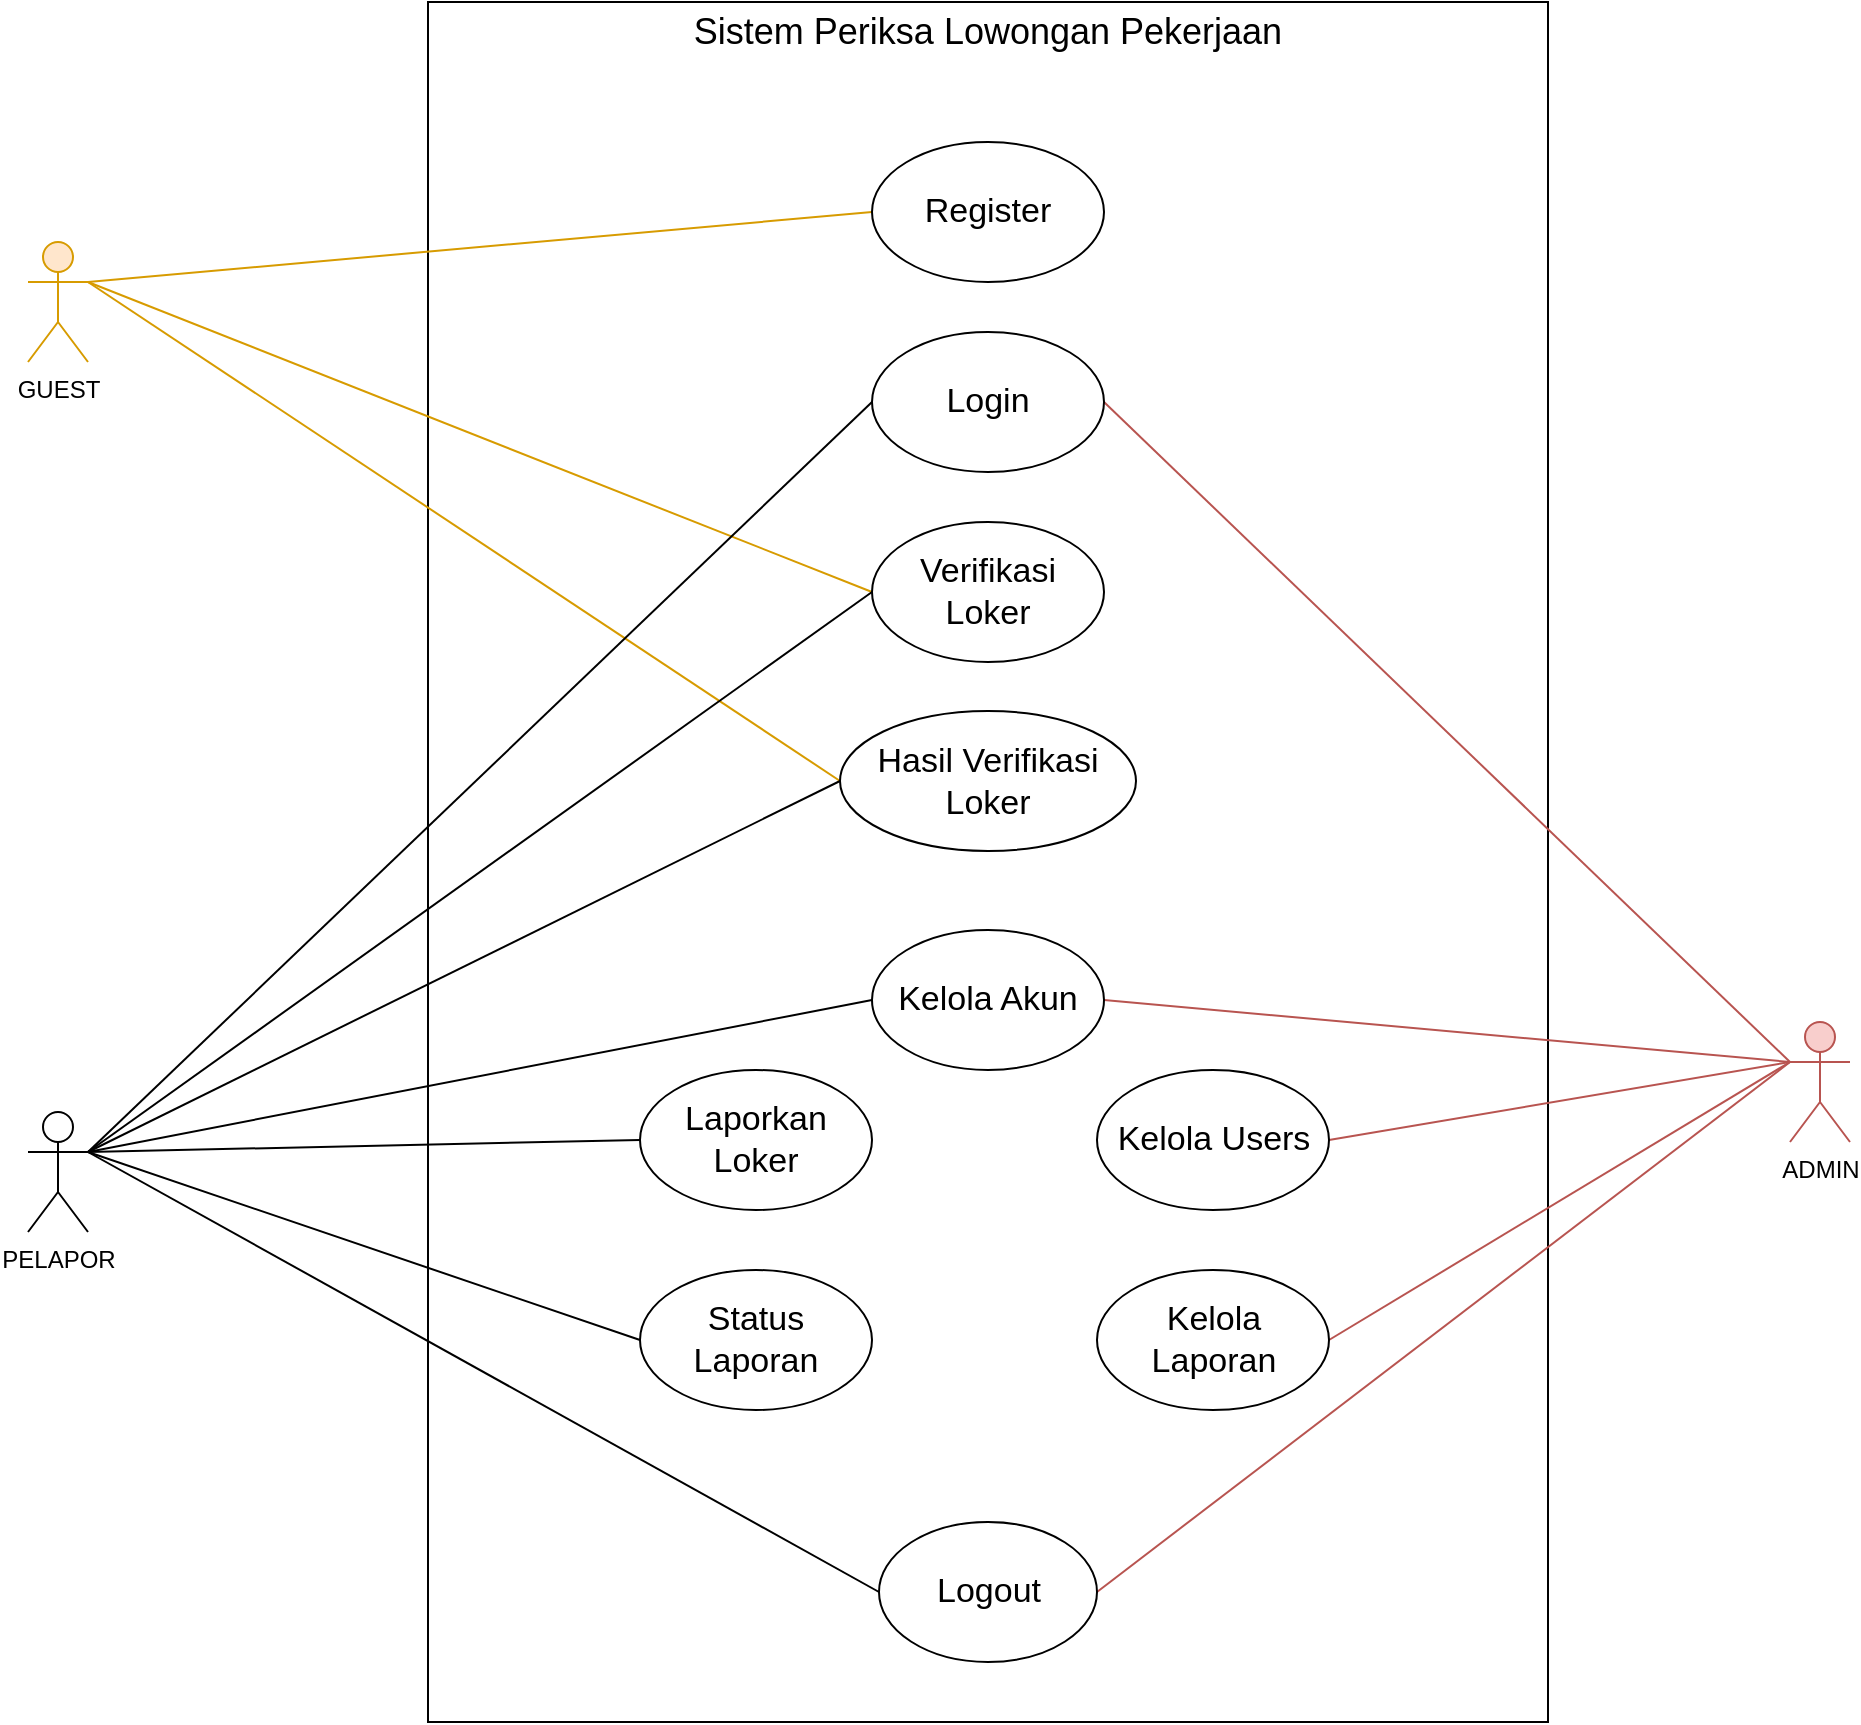
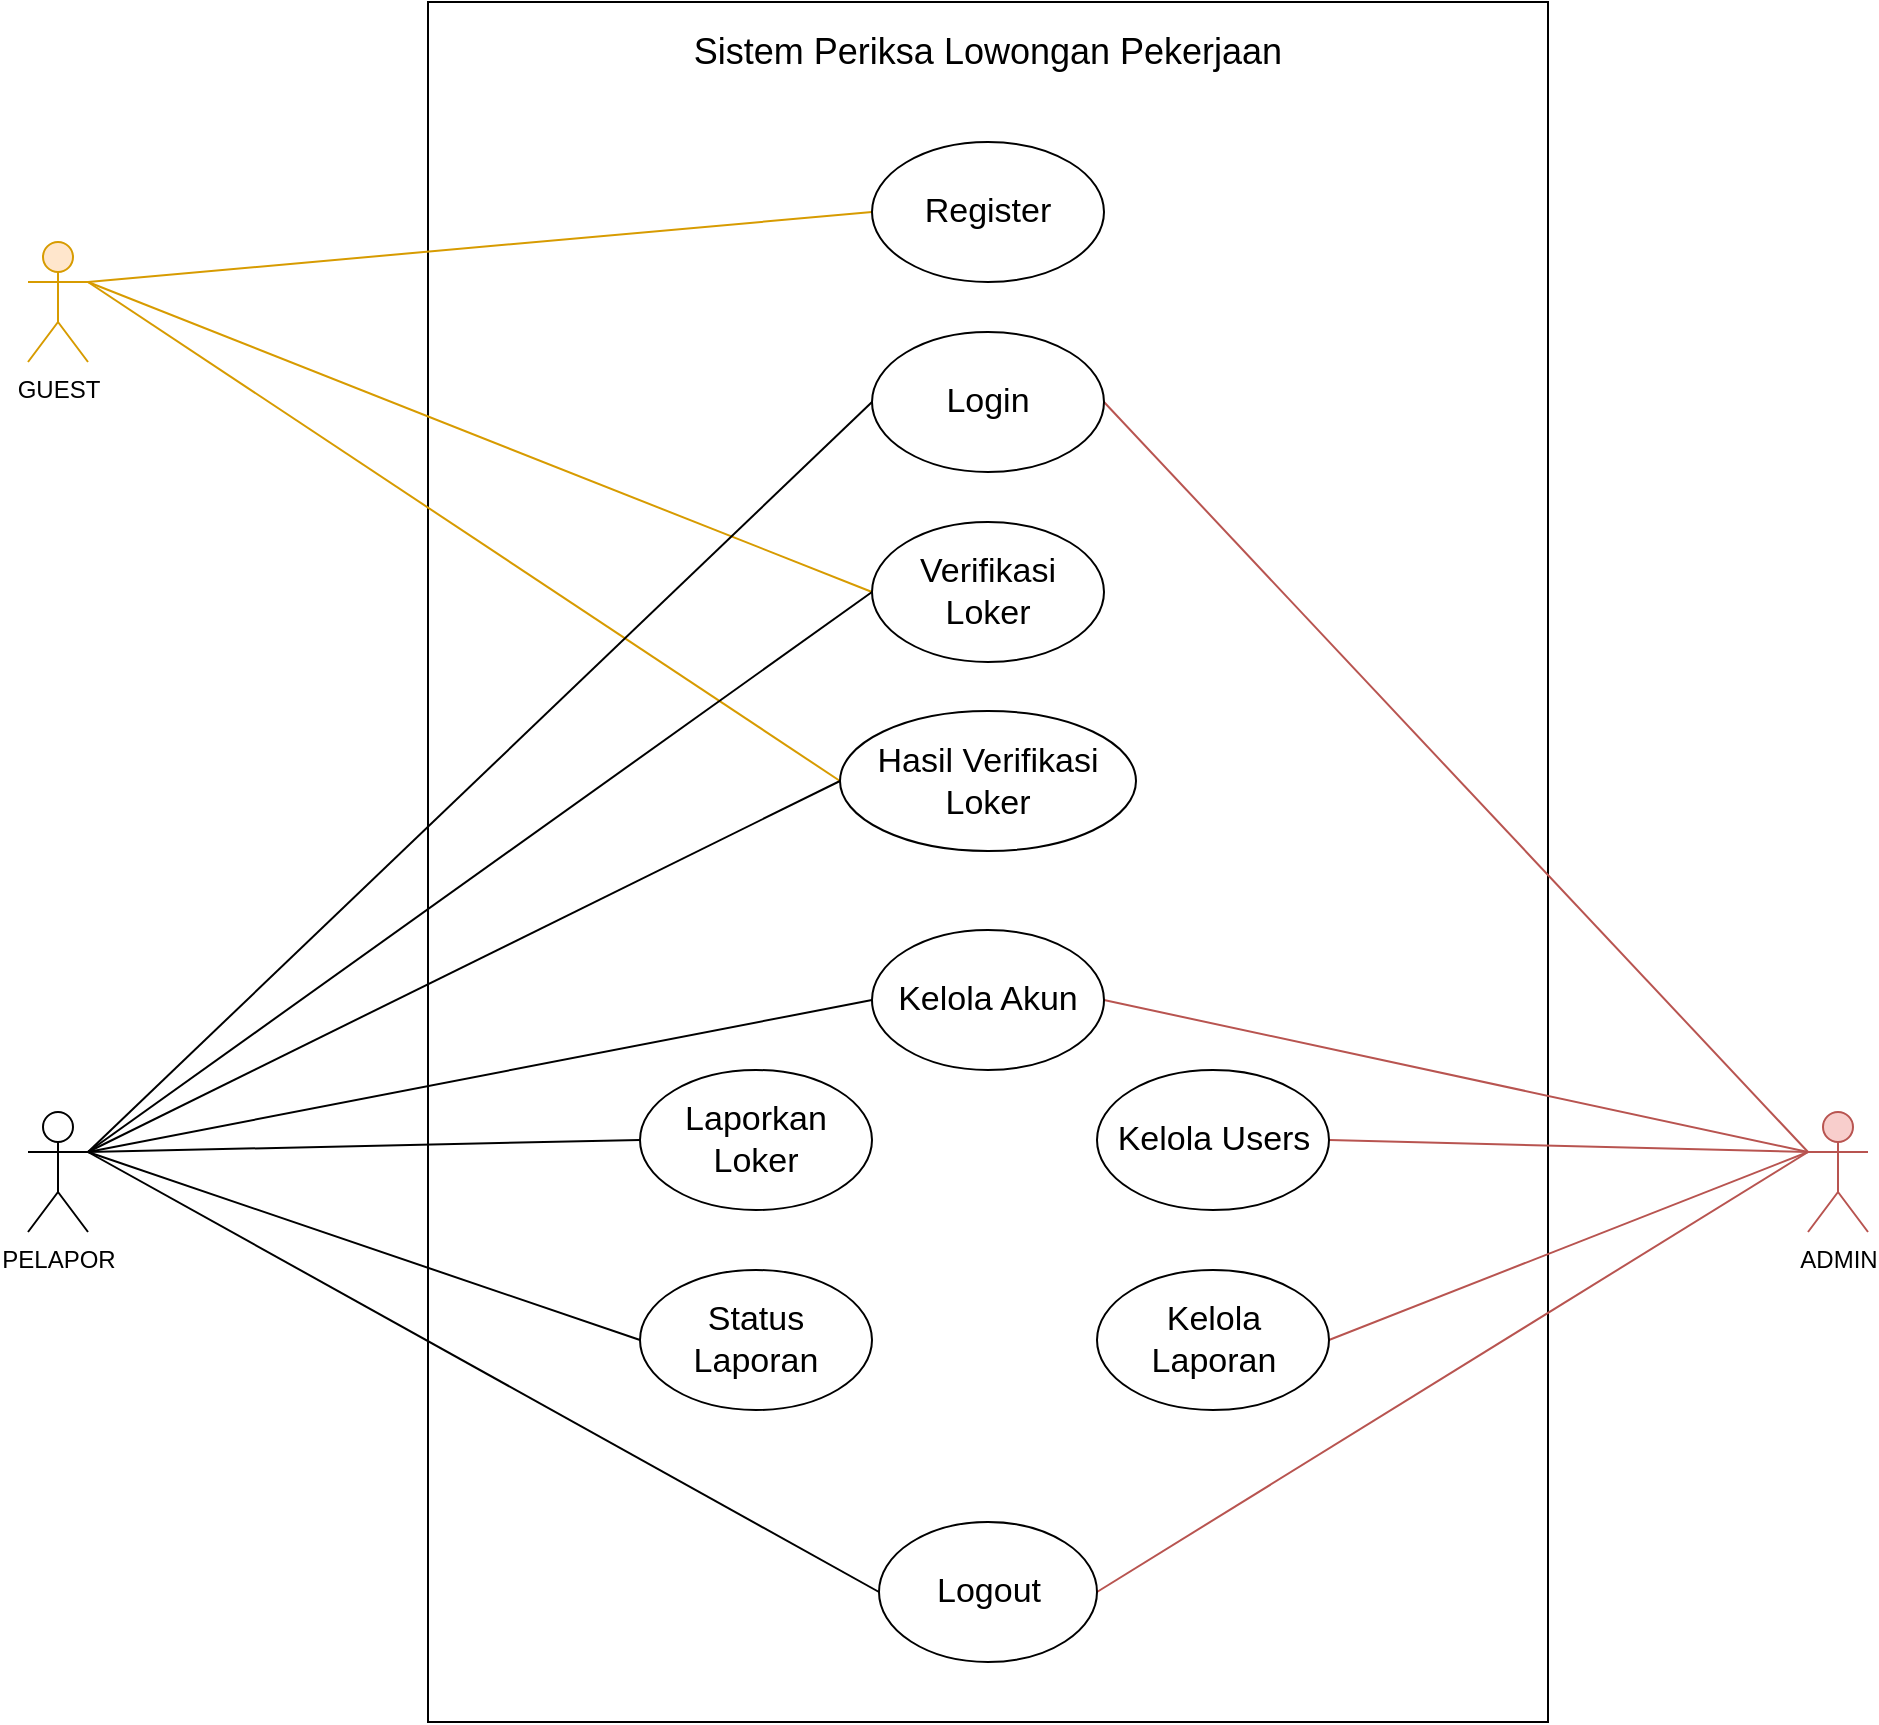
<mxfile host="app.diagrams.net">
  <diagram name="Page-1" id="ffiCpCXoxd-8fk6BLKT6">
-     <mxGraphModel dx="3243" dy="874" grid="1" gridSize="10" guides="1" tooltips="1" connect="1" arrows="1" fold="1" page="1" pageScale="1" pageWidth="827" pageHeight="1169" math="0" shadow="0">
+     <mxGraphModel dx="3761" dy="1061" grid="1" gridSize="10" guides="1" tooltips="1" connect="1" arrows="1" fold="1" page="1" pageScale="1" pageWidth="827" pageHeight="1169" math="0" shadow="0">
      <root>
        <mxCell id="0" />
        <mxCell id="1" parent="0" />
        <mxCell id="hAiGVOQPmPoLGkg3YBtA-2" parent="1" style="rounded=0;whiteSpace=wrap;html=1;direction=south;" value="" vertex="1">
          <mxGeometry height="860" width="560" x="160" y="160" as="geometry" />
        </mxCell>
        <mxCell id="hAiGVOQPmPoLGkg3YBtA-3" parent="1" style="text;html=1;whiteSpace=wrap;strokeColor=none;fillColor=none;align=center;verticalAlign=middle;rounded=0;" value="&lt;font style=&quot;font-size: 18px;&quot;&gt;Sistem Periksa Lowongan Pekerjaan&lt;/font&gt;" vertex="1">
-           <mxGeometry height="30" width="560" x="160" y="160" as="geometry" />
+           <mxGeometry height="30" width="560" x="160" y="170" as="geometry" />
        </mxCell>
        <mxCell id="hAiGVOQPmPoLGkg3YBtA-30" edge="1" parent="1" source="hAiGVOQPmPoLGkg3YBtA-4" style="edgeStyle=none;shape=connector;rounded=0;orthogonalLoop=1;jettySize=auto;html=1;exitX=1;exitY=0.3333333333333333;exitDx=0;exitDy=0;exitPerimeter=0;entryX=0;entryY=0.5;entryDx=0;entryDy=0;strokeColor=#d79b00;align=center;verticalAlign=middle;fontFamily=Helvetica;fontSize=11;fontColor=default;fontStyle=0;labelBackgroundColor=default;endArrow=none;endFill=0;fillColor=#ffe6cc;" target="hAiGVOQPmPoLGkg3YBtA-9">
          <mxGeometry relative="1" as="geometry" />
        </mxCell>
        <mxCell id="hAiGVOQPmPoLGkg3YBtA-31" edge="1" parent="1" source="hAiGVOQPmPoLGkg3YBtA-4" style="edgeStyle=none;shape=connector;rounded=0;orthogonalLoop=1;jettySize=auto;html=1;exitX=1;exitY=0.3333333333333333;exitDx=0;exitDy=0;exitPerimeter=0;entryX=0;entryY=0.5;entryDx=0;entryDy=0;strokeColor=#d79b00;align=center;verticalAlign=middle;fontFamily=Helvetica;fontSize=11;fontColor=default;fontStyle=0;labelBackgroundColor=default;endArrow=none;endFill=0;fillColor=#ffe6cc;" target="hAiGVOQPmPoLGkg3YBtA-12">
          <mxGeometry relative="1" as="geometry" />
        </mxCell>
        <mxCell id="hAiGVOQPmPoLGkg3YBtA-32" edge="1" parent="1" source="hAiGVOQPmPoLGkg3YBtA-4" style="edgeStyle=none;shape=connector;rounded=0;orthogonalLoop=1;jettySize=auto;html=1;exitX=1;exitY=0.3333333333333333;exitDx=0;exitDy=0;exitPerimeter=0;entryX=0;entryY=0.5;entryDx=0;entryDy=0;strokeColor=#d79b00;align=center;verticalAlign=middle;fontFamily=Helvetica;fontSize=11;fontColor=default;fontStyle=0;labelBackgroundColor=default;endArrow=none;endFill=0;fillColor=#ffe6cc;" target="hAiGVOQPmPoLGkg3YBtA-13">
          <mxGeometry relative="1" as="geometry" />
        </mxCell>
        <mxCell id="hAiGVOQPmPoLGkg3YBtA-4" parent="1" style="shape=umlActor;verticalLabelPosition=bottom;verticalAlign=top;html=1;outlineConnect=0;fillColor=#ffe6cc;strokeColor=#d79b00;" value="GUEST" vertex="1">
          <mxGeometry height="60" width="30" x="-40" y="280" as="geometry" />
        </mxCell>
        <mxCell id="hAiGVOQPmPoLGkg3YBtA-35" edge="1" parent="1" source="hAiGVOQPmPoLGkg3YBtA-5" style="edgeStyle=none;shape=connector;rounded=0;orthogonalLoop=1;jettySize=auto;html=1;exitX=1;exitY=0.3333333333333333;exitDx=0;exitDy=0;exitPerimeter=0;entryX=0;entryY=0.5;entryDx=0;entryDy=0;strokeColor=default;align=center;verticalAlign=middle;fontFamily=Helvetica;fontSize=11;fontColor=default;fontStyle=0;labelBackgroundColor=default;endArrow=none;endFill=0;" target="hAiGVOQPmPoLGkg3YBtA-11">
          <mxGeometry relative="1" as="geometry" />
        </mxCell>
        <mxCell id="hAiGVOQPmPoLGkg3YBtA-36" edge="1" parent="1" source="hAiGVOQPmPoLGkg3YBtA-5" style="edgeStyle=none;shape=connector;rounded=0;orthogonalLoop=1;jettySize=auto;html=1;exitX=1;exitY=0.3333333333333333;exitDx=0;exitDy=0;exitPerimeter=0;entryX=0;entryY=0.5;entryDx=0;entryDy=0;strokeColor=default;align=center;verticalAlign=middle;fontFamily=Helvetica;fontSize=11;fontColor=default;fontStyle=0;labelBackgroundColor=default;endArrow=none;endFill=0;" target="hAiGVOQPmPoLGkg3YBtA-12">
          <mxGeometry relative="1" as="geometry" />
        </mxCell>
        <mxCell id="hAiGVOQPmPoLGkg3YBtA-37" edge="1" parent="1" source="hAiGVOQPmPoLGkg3YBtA-5" style="edgeStyle=none;shape=connector;rounded=0;orthogonalLoop=1;jettySize=auto;html=1;exitX=1;exitY=0.3333333333333333;exitDx=0;exitDy=0;exitPerimeter=0;entryX=0;entryY=0.5;entryDx=0;entryDy=0;strokeColor=default;align=center;verticalAlign=middle;fontFamily=Helvetica;fontSize=11;fontColor=default;fontStyle=0;labelBackgroundColor=default;endArrow=none;endFill=0;" target="hAiGVOQPmPoLGkg3YBtA-13">
          <mxGeometry relative="1" as="geometry" />
        </mxCell>
        <mxCell id="hAiGVOQPmPoLGkg3YBtA-40" edge="1" parent="1" source="hAiGVOQPmPoLGkg3YBtA-5" style="edgeStyle=none;shape=connector;rounded=0;orthogonalLoop=1;jettySize=auto;html=1;exitX=1;exitY=0.3333333333333333;exitDx=0;exitDy=0;exitPerimeter=0;entryX=0;entryY=0.5;entryDx=0;entryDy=0;strokeColor=default;align=center;verticalAlign=middle;fontFamily=Helvetica;fontSize=11;fontColor=default;fontStyle=0;labelBackgroundColor=default;endArrow=none;endFill=0;" target="hAiGVOQPmPoLGkg3YBtA-16">
          <mxGeometry relative="1" as="geometry" />
        </mxCell>
        <mxCell id="hAiGVOQPmPoLGkg3YBtA-41" edge="1" parent="1" source="hAiGVOQPmPoLGkg3YBtA-5" style="edgeStyle=none;shape=connector;rounded=0;orthogonalLoop=1;jettySize=auto;html=1;exitX=1;exitY=0.3333333333333333;exitDx=0;exitDy=0;exitPerimeter=0;entryX=0;entryY=0.5;entryDx=0;entryDy=0;strokeColor=default;align=center;verticalAlign=middle;fontFamily=Helvetica;fontSize=11;fontColor=default;fontStyle=0;labelBackgroundColor=default;endArrow=none;endFill=0;" target="hAiGVOQPmPoLGkg3YBtA-17">
          <mxGeometry relative="1" as="geometry" />
        </mxCell>
        <mxCell id="hAiGVOQPmPoLGkg3YBtA-42" edge="1" parent="1" source="hAiGVOQPmPoLGkg3YBtA-5" style="edgeStyle=none;shape=connector;rounded=0;orthogonalLoop=1;jettySize=auto;html=1;exitX=1;exitY=0.3333333333333333;exitDx=0;exitDy=0;exitPerimeter=0;entryX=0;entryY=0.5;entryDx=0;entryDy=0;strokeColor=default;align=center;verticalAlign=middle;fontFamily=Helvetica;fontSize=11;fontColor=default;fontStyle=0;labelBackgroundColor=default;endArrow=none;endFill=0;" target="hAiGVOQPmPoLGkg3YBtA-18">
          <mxGeometry relative="1" as="geometry" />
        </mxCell>
        <mxCell id="hAiGVOQPmPoLGkg3YBtA-43" edge="1" parent="1" source="hAiGVOQPmPoLGkg3YBtA-5" style="edgeStyle=none;shape=connector;rounded=0;orthogonalLoop=1;jettySize=auto;html=1;exitX=1;exitY=0.3333333333333333;exitDx=0;exitDy=0;exitPerimeter=0;entryX=0;entryY=0.5;entryDx=0;entryDy=0;strokeColor=default;align=center;verticalAlign=middle;fontFamily=Helvetica;fontSize=11;fontColor=default;fontStyle=0;labelBackgroundColor=default;endArrow=none;endFill=0;" target="hAiGVOQPmPoLGkg3YBtA-14">
          <mxGeometry relative="1" as="geometry" />
        </mxCell>
        <mxCell id="hAiGVOQPmPoLGkg3YBtA-5" parent="1" style="shape=umlActor;verticalLabelPosition=bottom;verticalAlign=top;html=1;outlineConnect=0;" value="PELAPOR" vertex="1">
          <mxGeometry height="60" width="30" x="-40" y="715" as="geometry" />
        </mxCell>
        <mxCell id="hAiGVOQPmPoLGkg3YBtA-44" edge="1" parent="1" source="hAiGVOQPmPoLGkg3YBtA-6" style="edgeStyle=none;shape=connector;rounded=0;orthogonalLoop=1;jettySize=auto;html=1;exitX=0;exitY=0.3333333333333333;exitDx=0;exitDy=0;exitPerimeter=0;entryX=1;entryY=0.5;entryDx=0;entryDy=0;strokeColor=#b85450;align=center;verticalAlign=middle;fontFamily=Helvetica;fontSize=11;fontColor=default;fontStyle=0;labelBackgroundColor=default;endArrow=none;endFill=0;fillColor=#f8cecc;" target="hAiGVOQPmPoLGkg3YBtA-11">
          <mxGeometry relative="1" as="geometry" />
        </mxCell>
        <mxCell id="hAiGVOQPmPoLGkg3YBtA-45" edge="1" parent="1" source="hAiGVOQPmPoLGkg3YBtA-6" style="edgeStyle=none;shape=connector;rounded=0;orthogonalLoop=1;jettySize=auto;html=1;exitX=0;exitY=0.3333333333333333;exitDx=0;exitDy=0;exitPerimeter=0;entryX=1;entryY=0.5;entryDx=0;entryDy=0;strokeColor=#b85450;align=center;verticalAlign=middle;fontFamily=Helvetica;fontSize=11;fontColor=default;fontStyle=0;labelBackgroundColor=default;endArrow=none;endFill=0;fillColor=#f8cecc;" target="hAiGVOQPmPoLGkg3YBtA-18">
          <mxGeometry relative="1" as="geometry" />
        </mxCell>
        <mxCell id="hAiGVOQPmPoLGkg3YBtA-46" edge="1" parent="1" source="hAiGVOQPmPoLGkg3YBtA-6" style="edgeStyle=none;shape=connector;rounded=0;orthogonalLoop=1;jettySize=auto;html=1;exitX=0;exitY=0.3333333333333333;exitDx=0;exitDy=0;exitPerimeter=0;entryX=1;entryY=0.5;entryDx=0;entryDy=0;strokeColor=#b85450;align=center;verticalAlign=middle;fontFamily=Helvetica;fontSize=11;fontColor=default;fontStyle=0;labelBackgroundColor=default;endArrow=none;endFill=0;fillColor=#f8cecc;" target="hAiGVOQPmPoLGkg3YBtA-20">
          <mxGeometry relative="1" as="geometry" />
        </mxCell>
        <mxCell id="hAiGVOQPmPoLGkg3YBtA-47" edge="1" parent="1" source="hAiGVOQPmPoLGkg3YBtA-6" style="edgeStyle=none;shape=connector;rounded=0;orthogonalLoop=1;jettySize=auto;html=1;exitX=0;exitY=0.3333333333333333;exitDx=0;exitDy=0;exitPerimeter=0;entryX=1;entryY=0.5;entryDx=0;entryDy=0;strokeColor=#b85450;align=center;verticalAlign=middle;fontFamily=Helvetica;fontSize=11;fontColor=default;fontStyle=0;labelBackgroundColor=default;endArrow=none;endFill=0;fillColor=#f8cecc;" target="hAiGVOQPmPoLGkg3YBtA-21">
          <mxGeometry relative="1" as="geometry" />
        </mxCell>
        <mxCell id="hAiGVOQPmPoLGkg3YBtA-48" edge="1" parent="1" source="hAiGVOQPmPoLGkg3YBtA-6" style="edgeStyle=none;shape=connector;rounded=0;orthogonalLoop=1;jettySize=auto;html=1;exitX=0;exitY=0.3333333333333333;exitDx=0;exitDy=0;exitPerimeter=0;entryX=1;entryY=0.5;entryDx=0;entryDy=0;strokeColor=#b85450;align=center;verticalAlign=middle;fontFamily=Helvetica;fontSize=11;fontColor=default;fontStyle=0;labelBackgroundColor=default;endArrow=none;endFill=0;fillColor=#f8cecc;" target="hAiGVOQPmPoLGkg3YBtA-14">
          <mxGeometry relative="1" as="geometry" />
        </mxCell>
        <mxCell id="hAiGVOQPmPoLGkg3YBtA-6" parent="1" style="shape=umlActor;verticalLabelPosition=bottom;verticalAlign=top;html=1;outlineConnect=0;fillColor=#f8cecc;strokeColor=#b85450;" value="ADMIN" vertex="1">
-           <mxGeometry height="60" width="30" x="841" y="670" as="geometry" />
+           <mxGeometry height="60" width="30" x="850" y="715" as="geometry" />
        </mxCell>
        <mxCell id="hAiGVOQPmPoLGkg3YBtA-9" parent="1" style="ellipse;whiteSpace=wrap;html=1;" value="&lt;font style=&quot;font-size: 17px;&quot;&gt;Register&lt;/font&gt;" vertex="1">
          <mxGeometry height="70" width="116" x="382" y="230" as="geometry" />
        </mxCell>
        <mxCell id="hAiGVOQPmPoLGkg3YBtA-11" parent="1" style="ellipse;whiteSpace=wrap;html=1;" value="&lt;font style=&quot;font-size: 17px;&quot;&gt;Login&lt;/font&gt;" vertex="1">
          <mxGeometry height="70" width="116" x="382" y="325" as="geometry" />
        </mxCell>
        <mxCell id="hAiGVOQPmPoLGkg3YBtA-12" parent="1" style="ellipse;whiteSpace=wrap;html=1;" value="&lt;span style=&quot;font-size: 17px;&quot;&gt;Verifikasi Loker&lt;/span&gt;" vertex="1">
          <mxGeometry height="70" width="116" x="382" y="420" as="geometry" />
        </mxCell>
        <mxCell id="hAiGVOQPmPoLGkg3YBtA-13" parent="1" style="ellipse;whiteSpace=wrap;html=1;" value="&lt;span style=&quot;font-size: 17px;&quot;&gt;Hasil Verifikasi Loker&lt;/span&gt;" vertex="1">
          <mxGeometry height="70" width="148" x="366" y="514.5" as="geometry" />
        </mxCell>
        <mxCell id="hAiGVOQPmPoLGkg3YBtA-14" parent="1" style="ellipse;whiteSpace=wrap;html=1;" value="&lt;font style=&quot;font-size: 17px;&quot;&gt;Logout&lt;/font&gt;" vertex="1">
          <mxGeometry height="70" width="109" x="385.5" y="920" as="geometry" />
        </mxCell>
        <mxCell id="hAiGVOQPmPoLGkg3YBtA-16" parent="1" style="ellipse;whiteSpace=wrap;html=1;" value="&lt;font style=&quot;font-size: 17px;&quot;&gt;Laporkan Loker&lt;/font&gt;" vertex="1">
          <mxGeometry height="70" width="116" x="266" y="694" as="geometry" />
        </mxCell>
        <mxCell id="hAiGVOQPmPoLGkg3YBtA-17" parent="1" style="ellipse;whiteSpace=wrap;html=1;" value="&lt;font style=&quot;font-size: 17px;&quot;&gt;Status Laporan&lt;/font&gt;" vertex="1">
          <mxGeometry height="70" width="116" x="266" y="794" as="geometry" />
        </mxCell>
        <mxCell id="hAiGVOQPmPoLGkg3YBtA-18" parent="1" style="ellipse;whiteSpace=wrap;html=1;" value="&lt;font style=&quot;font-size: 17px;&quot;&gt;Kelola Akun&lt;/font&gt;" vertex="1">
          <mxGeometry height="70" width="116" x="382" y="624" as="geometry" />
        </mxCell>
        <mxCell id="hAiGVOQPmPoLGkg3YBtA-20" parent="1" style="ellipse;whiteSpace=wrap;html=1;" value="&lt;font style=&quot;font-size: 17px;&quot;&gt;Kelola Users&lt;/font&gt;&lt;span style=&quot;color: rgba(0, 0, 0, 0); font-family: monospace; font-size: 0px; text-align: start; white-space: nowrap;&quot;&gt;%3CmxGraphModel%3E%3Croot%3E%3CmxCell%20id%3D%220%22%2F%3E%3CmxCell%20id%3D%221%22%20parent%3D%220%22%2F%3E%3CmxCell%20id%3D%222%22%20parent%3D%221%22%20style%3D%22ellipse%3BwhiteSpace%3Dwrap%3Bhtml%3D1%3B%22%20value%3D%22%26lt%3Bfont%20style%3D%26quot%3Bfont-size%3A%2017px%3B%26quot%3B%26gt%3BLaporkan%20Loker%26lt%3B%2Ffont%26gt%3B%22%20vertex%3D%221%22%3E%3CmxGeometry%20height%3D%2270%22%20width%3D%22116%22%20x%3D%22210%22%20y%3D%22820%22%20as%3D%22geometry%22%2F%3E%3C%2FmxCell%3E%3C%2Froot%3E%3C%2FmxGraphModel%3E&lt;/span&gt;" vertex="1">
          <mxGeometry height="70" width="116" x="494.5" y="694" as="geometry" />
        </mxCell>
        <mxCell id="hAiGVOQPmPoLGkg3YBtA-21" parent="1" style="ellipse;whiteSpace=wrap;html=1;" value="&lt;span style=&quot;font-size: 17px;&quot;&gt;Kelola Laporan&lt;/span&gt;" vertex="1">
          <mxGeometry height="70" width="116" x="494.5" y="794" as="geometry" />
        </mxCell>
      </root>
    </mxGraphModel>
  </diagram>
</mxfile>
